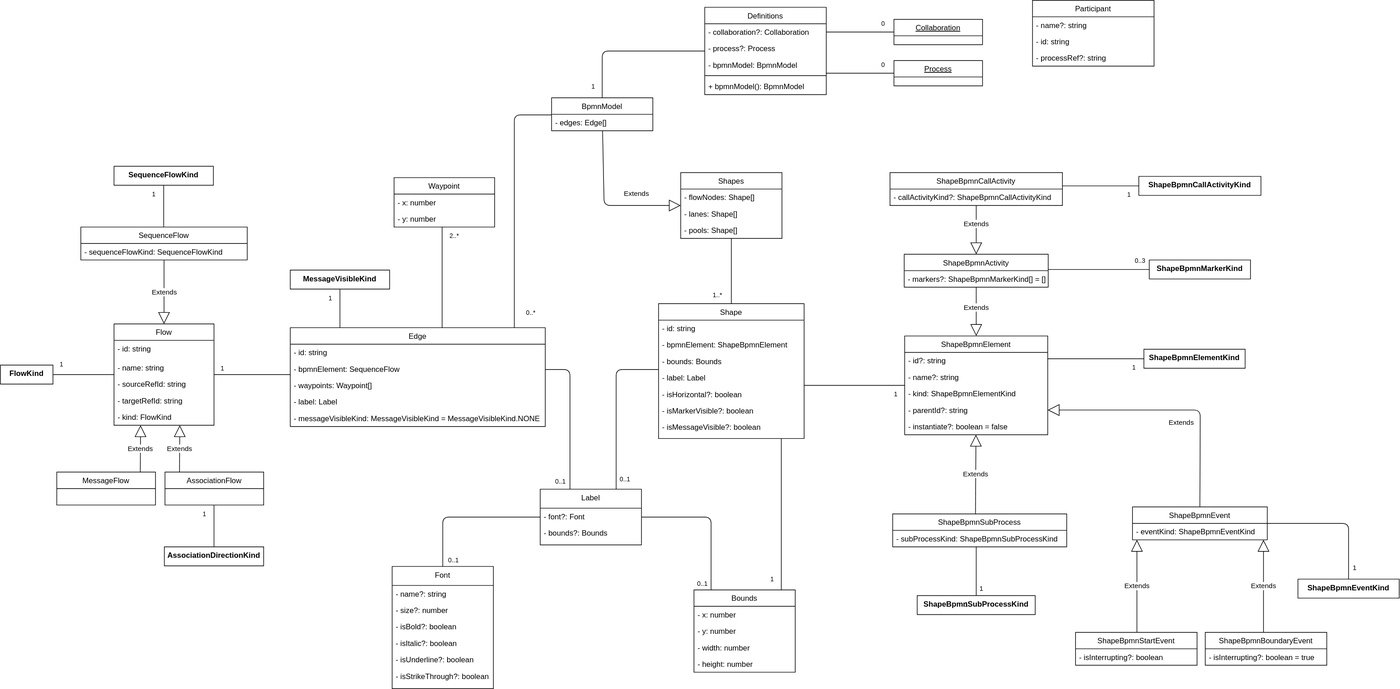
The draw.io diagram docs/architecture/images/architecture/internal-model.svg in process-analytics/bpmn-visualization-js, before a commit. Source tidied: cells renumbered, new cells last; positions are measured from the earlier drawing's top-left corner, leaving out a move shared by most shapes.
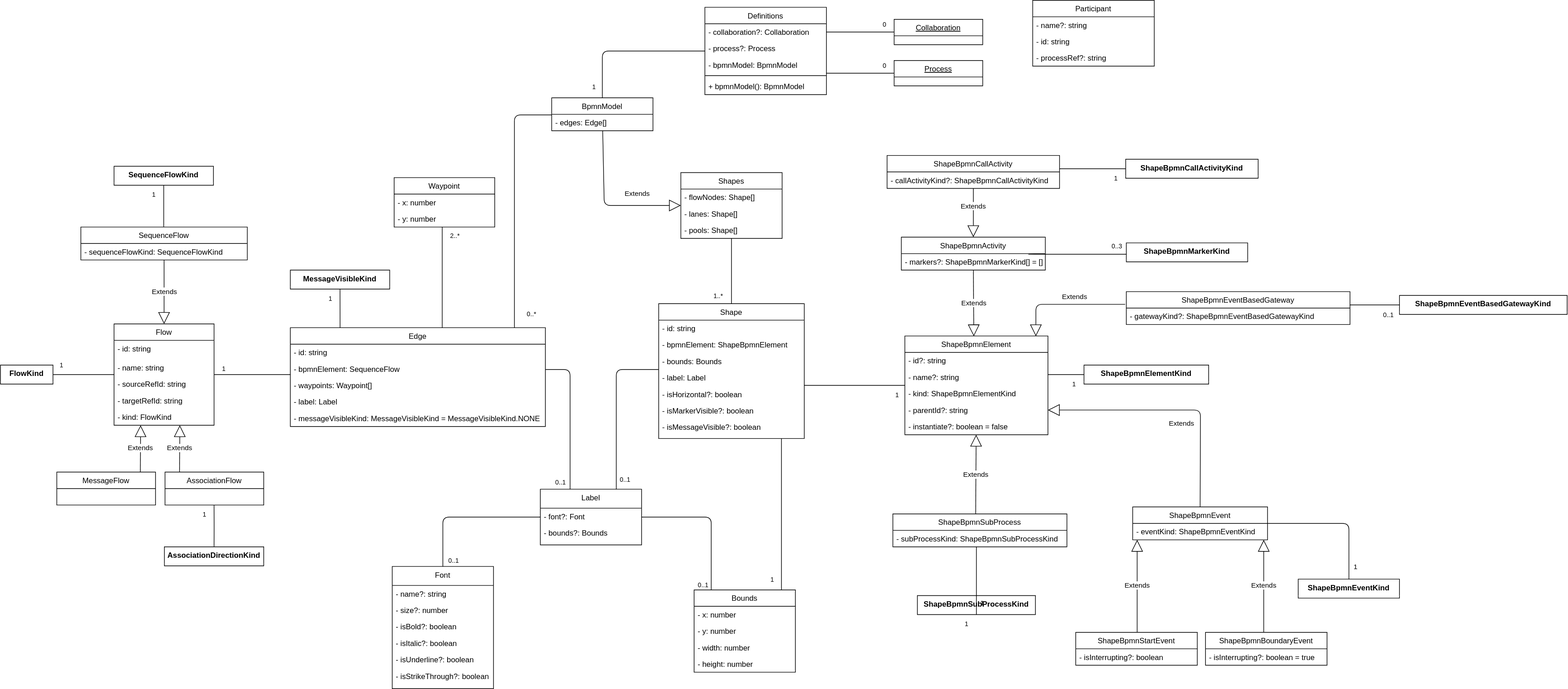
After the change.

Commit message:
documentation: update 'bpmn model' schema

The edit, as a diff of the source:
```diff
@@ -96,8 +96,8 @@
     <mxCell id="17" style="endArrow=none;html=1;edgeStyle=orthogonalEdgeStyle;shadow=0;" parent="1" edge="1" source="137" target="67">
       <mxGeometry relative="1" as="geometry">
         <Array as="points">
-          <mxPoint x="1717" y="566" />
-          <mxPoint x="1717" y="566" />
+          <mxPoint x="1686" y="591" />
+          <mxPoint x="1686" y="591" />
         </Array>
       </mxGeometry>
     </mxCell>
@@ -505,8 +505,8 @@
     <mxCell id="122" style="endArrow=none;html=1;edgeStyle=orthogonalEdgeStyle;shadow=0;" parent="1" edge="1" source="127" target="133">
       <mxGeometry relative="1" as="geometry">
         <Array as="points">
-          <mxPoint x="1629" y="428" />
-          <mxPoint x="1629" y="428" />
+          <mxPoint x="1624.1" y="401" />
+          <mxPoint x="1624.1" y="401" />
         </Array>
       </mxGeometry>
     </mxCell>
@@ -525,11 +525,8 @@
       <mxGeometry x="2050.5" y="914" width="160" height="30" as="geometry" />
     </mxCell>
     <mxCell id="127" value="ShapeBpmnMarkerKind" style="swimlane;fontStyle=1;horizontal=1;startSize=26;fillColor=none;swimlaneLine=0;rounded=0;shadow=0;comic=0;glass=0;" parent="1" vertex="1">
-      <mxGeometry x="1815.5" y="410" width="160" height="30" as="geometry" />
+      <mxGeometry x="1778.9" y="383" width="191.8" height="30" as="geometry" />
     </mxCell>
-    <mxCell id="128" value="Extends" style="endArrow=block;endSize=16;endFill=0;html=1;shadow=0;" parent="1" edge="1" source="133" target="67">
-      <mxGeometry x="-0.17" relative="1" as="geometry" />
-    </mxCell>
     <mxCell id="129" value="ShapeBpmnSubProcess" style="swimlane;fontStyle=0;horizontal=1;startSize=26;fillColor=none;shadow=0;" parent="1" vertex="1">
       <mxGeometry x="1410" y="811" width="275" height="52" as="geometry" />
     </mxCell>
@@ -543,28 +540,28 @@
       <mxGeometry x="-0.25" relative="1" as="geometry" />
     </mxCell>
     <mxCell id="133" value="ShapeBpmnActivity" style="swimlane;fontStyle=0;horizontal=1;startSize=26;fillColor=none;shadow=0;" parent="1" vertex="1">
-      <mxGeometry x="1428.2" y="401" width="227.5" height="52" as="geometry" />
+      <mxGeometry x="1423.4" y="374" width="227.5" height="52" as="geometry" />
     </mxCell>
     <mxCell id="134" value="- markers?: ShapeBpmnMarkerKind[] = []" style="text;strokeColor=none;fillColor=none;align=left;verticalAlign=top;spacingLeft=4;spacingRight=4;overflow=hidden;points=[[0,0.5],[1,0.5]];portConstraint=eastwest;shadow=0;" parent="133" vertex="1">
       <mxGeometry y="26" width="227.5" height="26" as="geometry" />
     </mxCell>
     <mxCell id="135" value="ShapeBpmnCallActivity" style="swimlane;fontStyle=0;horizontal=1;startSize=26;fillColor=none;shadow=0;" parent="1" vertex="1">
-      <mxGeometry x="1405.8" y="272" width="272.5" height="52" as="geometry" />
+      <mxGeometry x="1400.9" y="245" width="272.5" height="52" as="geometry" />
     </mxCell>
     <mxCell id="136" value="- callActivityKind?: ShapeBpmnCallActivityKind" style="text;strokeColor=none;fillColor=none;align=left;verticalAlign=top;spacingLeft=4;spacingRight=4;overflow=hidden;shadow=0;" parent="135" vertex="1">
       <mxGeometry y="26" width="272.5" height="26" as="geometry" />
     </mxCell>
     <mxCell id="137" value="ShapeBpmnElementKind" style="swimlane;fontStyle=1;horizontal=1;startSize=26;fillColor=none;swimlaneLine=0;rounded=0;shadow=0;comic=0;glass=0;" parent="1" vertex="1">
-      <mxGeometry x="1807" y="551" width="160" height="30" as="geometry" />
+      <mxGeometry x="1712" y="576" width="197" height="30" as="geometry" />
     </mxCell>
     <mxCell id="138" value="ShapeBpmnCallActivityKind" style="swimlane;fontStyle=1;horizontal=1;startSize=26;fillColor=none;swimlaneLine=0;rounded=0;shadow=0;comic=0;glass=0;" parent="1" vertex="1">
-      <mxGeometry x="1799" y="278" width="193" height="30" as="geometry" />
+      <mxGeometry x="1777.9" y="251" width="209.2" height="30" as="geometry" />
     </mxCell>
     <mxCell id="139" style="endArrow=none;html=1;edgeStyle=orthogonalEdgeStyle;shadow=0;exitX=0;exitY=0.5;exitDx=0;exitDy=0;" parent="1" edge="1" source="138" target="135">
       <mxGeometry relative="1" as="geometry">
         <Array as="points">
-          <mxPoint x="1704" y="293" />
-          <mxPoint x="1704" y="293" />
+          <mxPoint x="1699.1" y="266" />
+          <mxPoint x="1699.1" y="266" />
         </Array>
       </mxGeometry>
     </mxCell>
@@ -591,5 +588,39 @@
         <mxPoint x="1796" y="852" as="targetPoint" />
       </mxGeometry>
     </mxCell>
+    <mxCell id="146" value="ShapeBpmnEventBasedGateway" style="swimlane;fontStyle=0;horizontal=1;startSize=26;fillColor=none;shadow=0;" parent="1" vertex="1">
+      <mxGeometry x="1778.9" y="460" width="353.4" height="52" as="geometry" />
+    </mxCell>
+    <mxCell id="147" value="- gatewayKind?: ShapeBpmnEventBasedGatewayKind" style="text;strokeColor=none;fillColor=none;align=left;verticalAlign=top;spacingLeft=4;spacingRight=4;overflow=hidden;shadow=0;" parent="146" vertex="1">
+      <mxGeometry y="26" width="353.4" height="26" as="geometry" />
+    </mxCell>
+    <mxCell id="148" value="ShapeBpmnEventBasedGatewayKind" style="swimlane;fontStyle=1;horizontal=1;startSize=26;fillColor=none;swimlaneLine=0;rounded=0;shadow=0;comic=0;glass=0;" parent="1" vertex="1">
+      <mxGeometry x="2210.5" y="466" width="264.9" height="30" as="geometry" />
+    </mxCell>
+    <mxCell id="149" style="endArrow=none;html=1;edgeStyle=orthogonalEdgeStyle;shadow=0;exitX=0;exitY=0.5;exitDx=0;exitDy=0;" parent="1" edge="1" source="148" target="146">
+      <mxGeometry relative="1" as="geometry">
+        <Array as="points">
+          <mxPoint x="2160.1" y="481" />
+          <mxPoint x="2160.1" y="481" />
+        </Array>
+      </mxGeometry>
+    </mxCell>
+    <mxCell id="150" value="0..1" style="html=1;align=left;verticalAlign=bottom;labelBackgroundColor=#ffffff;fontSize=10;shadow=0;" parent="149" vertex="1">
+      <mxGeometry x="-1" relative="1" as="geometry">
+        <mxPoint x="-27.1" y="23" as="offset" />
+      </mxGeometry>
+    </mxCell>
+    <mxCell id="151" value="Extends" style="endArrow=block;endSize=16;endFill=0;html=1;shadow=0;entryX=0.482;entryY=0.003;entryDx=0;entryDy=0;entryPerimeter=0;" parent="1" edge="1" source="134" target="67">
+      <mxGeometry relative="1" as="geometry" />
+    </mxCell>
+    <mxCell id="152" value="Extends" style="endArrow=block;endSize=16;endFill=0;html=1;shadow=0;entryX=0.482;entryY=0.003;entryDx=0;entryDy=0;entryPerimeter=0;" parent="1" edge="1">
+      <mxGeometry x="-0.16" y="-12" relative="1" as="geometry">
+        <mxPoint x="1777" y="480" as="sourcePoint" />
+        <mxPoint x="1636" y="530.5" as="targetPoint" />
+        <Array as="points">
+          <mxPoint x="1636" y="480" />
+        </Array>
+      </mxGeometry>
+    </mxCell>
   </root>
 </mxGraphModel>
```
